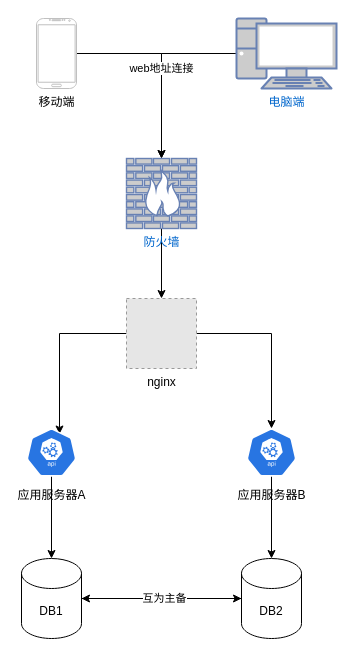
Earlier version of the draw.io diagram 主备拓扑图.drawio (ammengke/my-drawio). Source tidied: cells renumbered, new cells numbered last; positions are measured from the earlier drawing's top-left corner, leaving out a move shared by most shapes. Both pictures are drawn from the tidied source at 100%, with x=0, y=0 at pixel (21, 18). Pictures stored in the file or linked from it are replaced by grey dashed boxes.
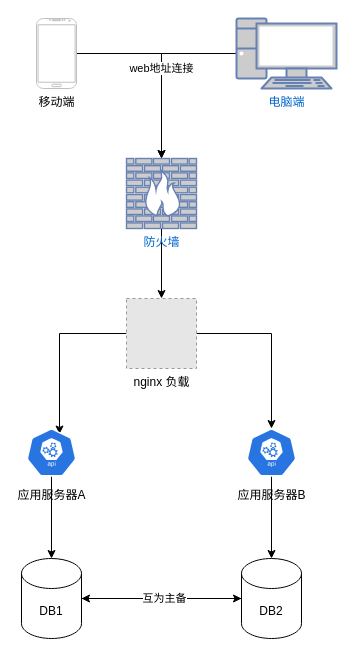
The same diagram, later.

Commit message (it also covers changes not shown here):
Update 主备拓扑图.drawio

Change to the diagram source:
```diff
@@
 <mxGraphModel>
   <root>
     <mxCell id="0" />
     <mxCell id="1" parent="0" />
     <mxCell id="2" style="edgeStyle=orthogonalEdgeStyle;rounded=0;jettySize=auto;html=1;" parent="1" edge="1" source="3" target="7">
       <mxGeometry relative="1" as="geometry" />
     </mxCell>
     <mxCell id="3" value="移动端" style="verticalLabelPosition=bottom;verticalAlign=top;html=1;shadow=0;dashed=0;strokeWidth=1;shape=mxgraph.android.phone2;strokeColor=#c0c0c0;" parent="1" vertex="1">
       <mxGeometry x="15" width="40" height="70" as="geometry" />
     </mxCell>
     <mxCell id="4" value="web地址连接" style="edgeStyle=orthogonalEdgeStyle;rounded=0;jettySize=auto;html=1;" parent="1" edge="1" source="5" target="7">
       <mxGeometry relative="1" as="geometry" />
     </mxCell>
     <mxCell id="5" value="电脑端" style="fontColor=#0066CC;verticalAlign=top;verticalLabelPosition=bottom;labelPosition=center;align=center;html=1;outlineConnect=0;fillColor=#CCCCCC;strokeColor=#6881B3;gradientColor=none;gradientDirection=north;strokeWidth=2;shape=mxgraph.networks.pc;" parent="1" vertex="1">
       <mxGeometry x="215" width="100" height="70" as="geometry" />
     </mxCell>
     <mxCell id="6" style="edgeStyle=orthogonalEdgeStyle;rounded=0;jettySize=auto;html=1;" parent="1" edge="1" source="7" target="10">
       <mxGeometry relative="1" as="geometry" />
     </mxCell>
     <mxCell id="7" value="防火墙" style="fontColor=#0066CC;verticalAlign=top;verticalLabelPosition=bottom;labelPosition=center;align=center;html=1;outlineConnect=0;fillColor=#CCCCCC;strokeColor=#6881B3;gradientColor=none;gradientDirection=north;strokeWidth=2;shape=mxgraph.networks.firewall;" parent="1" vertex="1">
       <mxGeometry x="105" y="140" width="70" height="70" as="geometry" />
     </mxCell>
     <mxCell id="8" style="edgeStyle=orthogonalEdgeStyle;rounded=0;jettySize=auto;html=1;entryX=0.66;entryY=0.115;entryDx=0;entryDy=0;entryPerimeter=0;" parent="1" edge="1" source="10" target="12">
       <mxGeometry relative="1" as="geometry" />
     </mxCell>
     <mxCell id="9" style="edgeStyle=orthogonalEdgeStyle;rounded=0;jettySize=auto;html=1;" parent="1" edge="1" source="10" target="14">
       <mxGeometry relative="1" as="geometry" />
     </mxCell>
-    <mxCell id="10" value="nginx" style="fillColor=#E6E6E6;strokeColor=#999999;dashed=1;html=1;verticalAlign=top;verticalLabelPosition=bottom;labelBackgroundColor=#ffffff;" parent="1" vertex="1">
+    <mxCell id="10" value="nginx 负载&lt;br&gt;" style="fillColor=#E6E6E6;strokeColor=#999999;dashed=1;html=1;verticalAlign=top;verticalLabelPosition=bottom;labelBackgroundColor=#ffffff;" parent="1" vertex="1">
       <mxGeometry x="105" y="280" width="70" height="70" as="geometry" />
     </mxCell>
     <mxCell id="11" style="edgeStyle=none;rounded=0;jettySize=auto;html=1;" parent="1" edge="1" source="12" target="16">
       <mxGeometry relative="1" as="geometry" />
     </mxCell>
     <mxCell id="12" value="&lt;br&gt;&lt;br&gt;&lt;br&gt;&lt;br&gt;&lt;br&gt;&lt;br&gt;应用服务器A" style="html=1;dashed=0;whitespace=wrap;fillColor=#2875E2;strokeColor=#ffffff;points=[[0.005,0.63,0],[0.1,0.2,0],[0.9,0.2,0],[0.5,0,0],[0.995,0.63,0],[0.72,0.99,0],[0.5,1,0],[0.28,0.99,0]];shape=mxgraph.kubernetes.icon;prIcon=api;" parent="1" vertex="1">
       <mxGeometry x="5" y="410" width="50" height="48" as="geometry" />
     </mxCell>
     <mxCell id="13" style="edgeStyle=none;rounded=0;jettySize=auto;html=1;entryX=0.5;entryY=0;entryDx=0;entryDy=0;entryPerimeter=0;" parent="1" edge="1" source="14" target="19">
       <mxGeometry relative="1" as="geometry" />
     </mxCell>
     <mxCell id="14" value="&lt;br&gt;&lt;br&gt;&lt;br&gt;&lt;br&gt;&lt;br&gt;&lt;br&gt;应用服务器B" style="html=1;dashed=0;whitespace=wrap;fillColor=#2875E2;strokeColor=#ffffff;points=[[0.005,0.63,0],[0.1,0.2,0],[0.9,0.2,0],[0.5,0,0],[0.995,0.63,0],[0.72,0.99,0],[0.5,1,0],[0.28,0.99,0]];shape=mxgraph.kubernetes.icon;prIcon=api;" parent="1" vertex="1">
       <mxGeometry x="225" y="410" width="50" height="48" as="geometry" />
     </mxCell>
     <mxCell id="15" style="edgeStyle=none;rounded=0;jettySize=auto;html=1;entryX=0;entryY=0.5;entryDx=0;entryDy=0;entryPerimeter=0;" parent="1" edge="1" source="16" target="19">
       <mxGeometry relative="1" as="geometry" />
     </mxCell>
     <mxCell id="16" value="DB1" style="shape=cylinder3;whiteSpace=wrap;html=1;boundedLbl=1;backgroundOutline=1;size=15;" parent="1" vertex="1">
       <mxGeometry y="540" width="60" height="80" as="geometry" />
     </mxCell>
     <mxCell id="17" style="edgeStyle=none;rounded=0;jettySize=auto;html=1;" parent="1" edge="1" source="19" target="16">
       <mxGeometry relative="1" as="geometry" />
     </mxCell>
     <mxCell id="18" value="互为主备" style="edgeLabel;html=1;align=center;verticalAlign=middle;" parent="17" vertex="1">
       <mxGeometry x="-0.02" y="-1" relative="1" as="geometry" />
     </mxCell>
     <mxCell id="19" value="DB2" style="shape=cylinder3;whiteSpace=wrap;html=1;boundedLbl=1;backgroundOutline=1;size=15;" parent="1" vertex="1">
       <mxGeometry x="220" y="540" width="60" height="80" as="geometry" />
     </mxCell>
   </root>
 </mxGraphModel>
```
